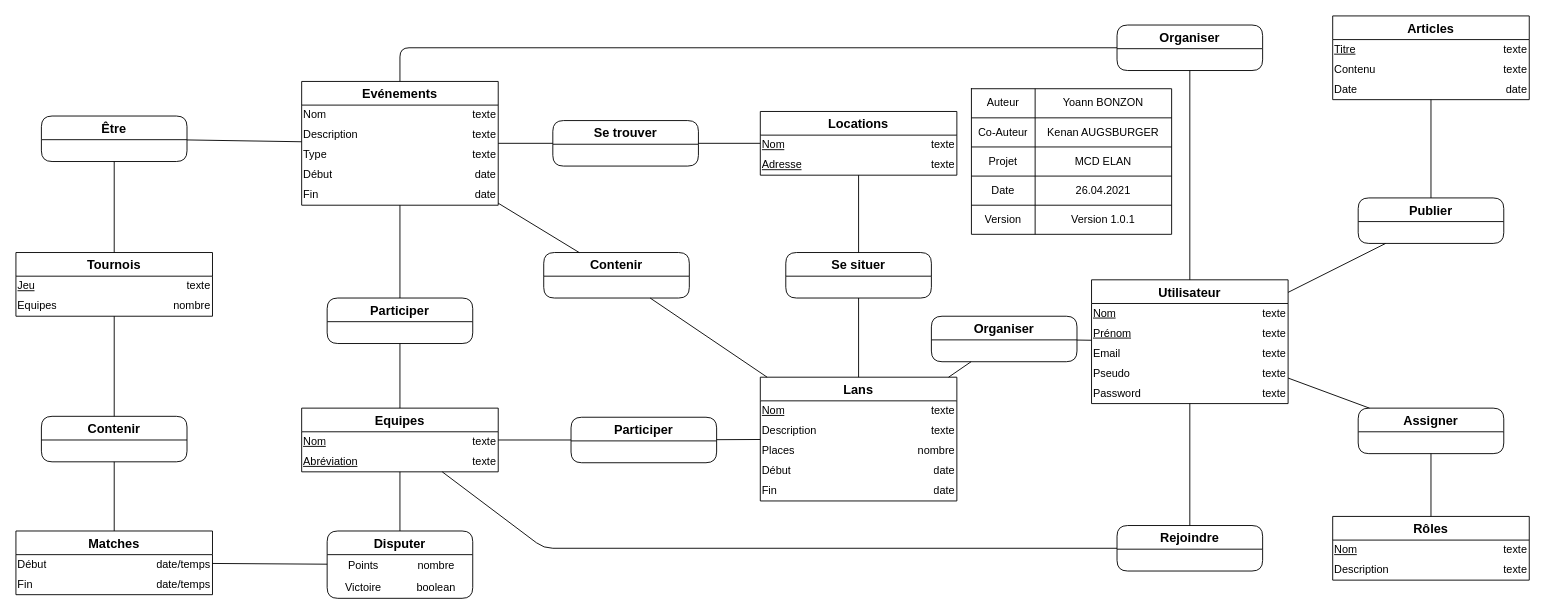
Above: DOC/ProjetWebDBMCD.drawio in yovatar/E-LAN (draw.io), before the change. Source tidied: cells renumbered, new cells numbered last; positions are measured from the earlier drawing's top-left corner, leaving out a move shared by most shapes. Both pictures are drawn from the tidied source at 91%, with x=0, y=0 at pixel (15, 15).
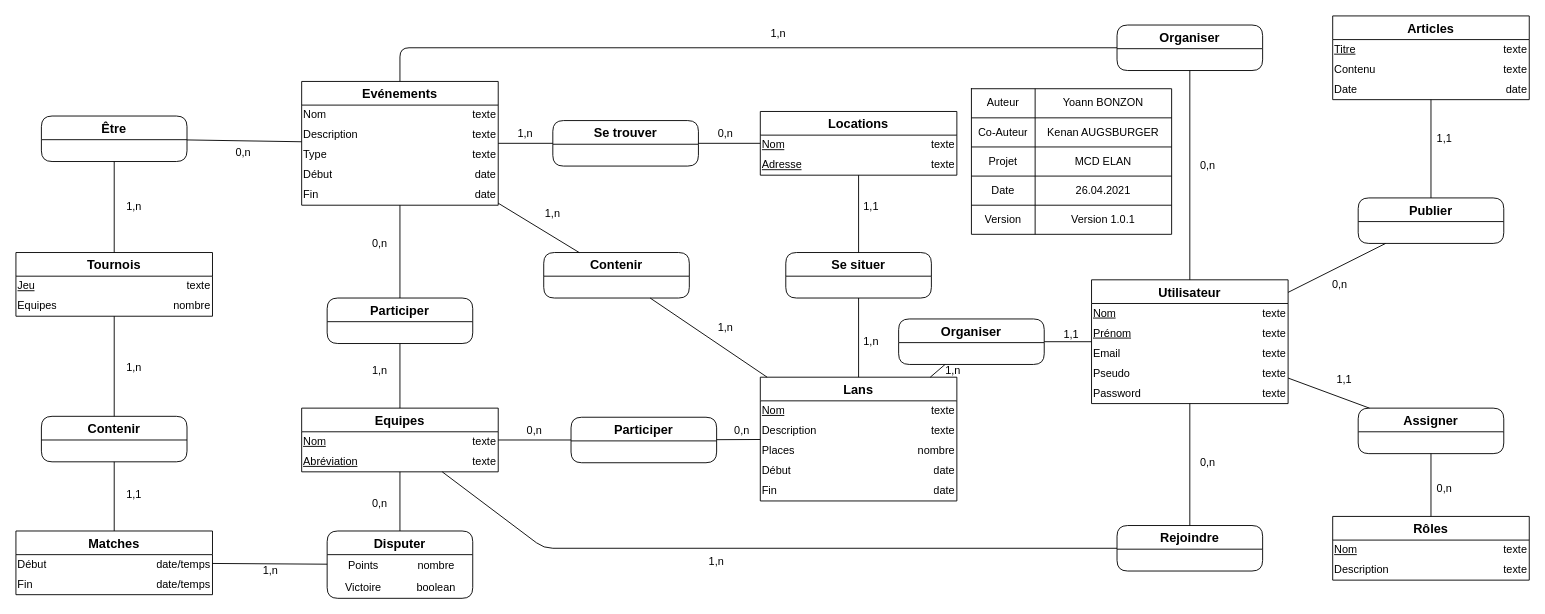
The same page after the edit.

Change to the diagram source:
```diff
@@
     <mxCell id="69" value="Organiser" style="swimlane;fontStyle=1;horizontal=1;startSize=26;align=center;fontSize=14;rounded=1;swimlaneFillColor=#ffffff;" parent="1" vertex="1">
-      <mxGeometry x="1006" y="330" width="160" height="50" as="geometry" />
+      <mxGeometry x="970" y="333" width="160" height="50" as="geometry" />
     </mxCell>
@@
+    <mxCell id="214" value="0,n" style="text;html=1;strokeColor=none;fillColor=none;align=center;verticalAlign=middle;whiteSpace=wrap;rounded=0;" parent="1" vertex="1">
+      <mxGeometry x="1550" y="510" width="40" height="20" as="geometry" />
+    </mxCell>
+    <mxCell id="215" value="1,1" style="text;html=1;strokeColor=none;fillColor=none;align=center;verticalAlign=middle;whiteSpace=wrap;rounded=0;" parent="1" vertex="1">
+      <mxGeometry x="1440" y="390" width="40" height="20" as="geometry" />
+    </mxCell>
+    <mxCell id="216" value="1,1" style="text;html=1;strokeColor=none;fillColor=none;align=center;verticalAlign=middle;whiteSpace=wrap;rounded=0;" parent="1" vertex="1">
+      <mxGeometry x="1550" y="125" width="40" height="20" as="geometry" />
+    </mxCell>
+    <mxCell id="217" value="0,n" style="text;html=1;strokeColor=none;fillColor=none;align=center;verticalAlign=middle;whiteSpace=wrap;rounded=0;" parent="1" vertex="1">
+      <mxGeometry x="1435" y="285" width="40" height="20" as="geometry" />
+    </mxCell>
+    <mxCell id="218" value="0,n" style="text;html=1;strokeColor=none;fillColor=none;align=center;verticalAlign=middle;whiteSpace=wrap;rounded=0;" parent="1" vertex="1">
+      <mxGeometry x="1290" y="155" width="40" height="20" as="geometry" />
+    </mxCell>
+    <mxCell id="219" value="0,n" style="text;html=1;strokeColor=none;fillColor=none;align=center;verticalAlign=middle;whiteSpace=wrap;rounded=0;" parent="1" vertex="1">
+      <mxGeometry x="1290" y="481" width="40" height="20" as="geometry" />
+    </mxCell>
+    <mxCell id="220" value="1,n" style="text;html=1;strokeColor=none;fillColor=none;align=center;verticalAlign=middle;whiteSpace=wrap;rounded=0;" parent="1" vertex="1">
+      <mxGeometry x="750" y="590" width="40" height="20" as="geometry" />
+    </mxCell>
+    <mxCell id="221" value="0,n" style="text;html=1;strokeColor=none;fillColor=none;align=center;verticalAlign=middle;whiteSpace=wrap;rounded=0;" parent="1" vertex="1">
+      <mxGeometry x="380" y="525.5" width="40" height="20" as="geometry" />
+    </mxCell>
+    <mxCell id="222" value="1,n" style="text;html=1;strokeColor=none;fillColor=none;align=center;verticalAlign=middle;whiteSpace=wrap;rounded=0;" parent="1" vertex="1">
+      <mxGeometry x="260" y="600" width="40" height="20" as="geometry" />
+    </mxCell>
+    <mxCell id="223" value="1,n" style="text;html=1;strokeColor=none;fillColor=none;align=center;verticalAlign=middle;whiteSpace=wrap;rounded=0;" parent="1" vertex="1">
+      <mxGeometry x="110" y="377" width="40" height="20" as="geometry" />
+    </mxCell>
+    <mxCell id="224" value="1,1" style="text;html=1;strokeColor=none;fillColor=none;align=center;verticalAlign=middle;whiteSpace=wrap;rounded=0;" parent="1" vertex="1">
+      <mxGeometry x="110" y="515.5" width="40" height="20" as="geometry" />
+    </mxCell>
+    <mxCell id="225" value="0,n" style="text;html=1;strokeColor=none;fillColor=none;align=center;verticalAlign=middle;whiteSpace=wrap;rounded=0;" parent="1" vertex="1">
+      <mxGeometry x="230" y="140" width="40" height="20" as="geometry" />
+    </mxCell>
+    <mxCell id="226" value="1,n" style="text;html=1;strokeColor=none;fillColor=none;align=center;verticalAlign=middle;whiteSpace=wrap;rounded=0;" parent="1" vertex="1">
+      <mxGeometry x="110" y="200" width="40" height="20" as="geometry" />
+    </mxCell>
+    <mxCell id="227" value="1,n" style="text;html=1;strokeColor=none;fillColor=none;align=center;verticalAlign=middle;whiteSpace=wrap;rounded=0;" parent="1" vertex="1">
+      <mxGeometry x="380" y="380" width="40" height="20" as="geometry" />
+    </mxCell>
+    <mxCell id="228" value="0,n" style="text;html=1;strokeColor=none;fillColor=none;align=center;verticalAlign=middle;whiteSpace=wrap;rounded=0;" parent="1" vertex="1">
+      <mxGeometry x="380" y="240" width="40" height="20" as="geometry" />
+    </mxCell>
+    <mxCell id="229" value="1,n" style="text;html=1;strokeColor=none;fillColor=none;align=center;verticalAlign=middle;whiteSpace=wrap;rounded=0;" parent="1" vertex="1">
+      <mxGeometry x="540" y="120" width="40" height="20" as="geometry" />
+    </mxCell>
+    <mxCell id="230" value="0,n" style="text;html=1;strokeColor=none;fillColor=none;align=center;verticalAlign=middle;whiteSpace=wrap;rounded=0;" parent="1" vertex="1">
+      <mxGeometry x="760" y="120" width="40" height="20" as="geometry" />
+    </mxCell>
+    <mxCell id="231" value="1,1" style="text;html=1;strokeColor=none;fillColor=none;align=center;verticalAlign=middle;whiteSpace=wrap;rounded=0;" parent="1" vertex="1">
+      <mxGeometry x="1140" y="340" width="40" height="20" as="geometry" />
+    </mxCell>
+    <mxCell id="232" value="1,n" style="text;html=1;strokeColor=none;fillColor=none;align=center;verticalAlign=middle;whiteSpace=wrap;rounded=0;" parent="1" vertex="1">
+      <mxGeometry x="1010" y="380" width="40" height="20" as="geometry" />
+    </mxCell>
+    <mxCell id="233" value="1,n" style="text;html=1;strokeColor=none;fillColor=none;align=center;verticalAlign=middle;whiteSpace=wrap;rounded=0;" parent="1" vertex="1">
+      <mxGeometry x="920" y="348" width="40" height="20" as="geometry" />
+    </mxCell>
+    <mxCell id="234" value="1,1" style="text;html=1;strokeColor=none;fillColor=none;align=center;verticalAlign=middle;whiteSpace=wrap;rounded=0;" parent="1" vertex="1">
+      <mxGeometry x="920" y="200" width="40" height="20" as="geometry" />
+    </mxCell>
+    <mxCell id="235" value="1,n" style="text;html=1;strokeColor=none;fillColor=none;align=center;verticalAlign=middle;whiteSpace=wrap;rounded=0;" parent="1" vertex="1">
+      <mxGeometry x="760" y="333" width="40" height="20" as="geometry" />
+    </mxCell>
+    <mxCell id="236" value="1,n" style="text;html=1;strokeColor=none;fillColor=none;align=center;verticalAlign=middle;whiteSpace=wrap;rounded=0;" parent="1" vertex="1">
+      <mxGeometry x="570" y="208" width="40" height="20" as="geometry" />
+    </mxCell>
+    <mxCell id="237" value="0,n" style="text;html=1;strokeColor=none;fillColor=none;align=center;verticalAlign=middle;whiteSpace=wrap;rounded=0;" parent="1" vertex="1">
+      <mxGeometry x="778" y="446" width="40" height="20" as="geometry" />
+    </mxCell>
+    <mxCell id="238" value="0,n" style="text;html=1;strokeColor=none;fillColor=none;align=center;verticalAlign=middle;whiteSpace=wrap;rounded=0;" parent="1" vertex="1">
+      <mxGeometry x="550" y="446" width="40" height="20" as="geometry" />
+    </mxCell>
+    <mxCell id="239" value="1,n" style="text;html=1;strokeColor=none;fillColor=none;align=center;verticalAlign=middle;whiteSpace=wrap;rounded=0;" parent="1" vertex="1">
+      <mxGeometry x="818" y="10" width="40" height="20" as="geometry" />
+    </mxCell>
```
